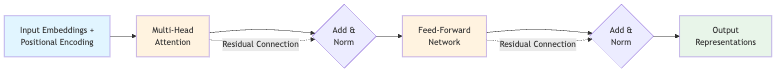
This is book/figures/generated/llm_foundations_overview_fig04.png from tanishk147/LLM-Playlist-to-book, a Mermaid export, as it was before one commit. Its source is kept beside it as book/figures/generated/llm_foundations_overview_fig04.mmd. Its diagram source:
```mermaid
graph LR
    A["Input Embeddings +<br/>Positional Encoding"] --> B["Multi-Head<br/>Attention"]
    B --> C{"Add &<br/>Norm"}
    C --> D["Feed-Forward<br/>Network"]
    D --> E{"Add &<br/>Norm"}
    E --> F["Output<br/>Representations"]
    B -."Residual Connection".-> C
    D -."Residual Connection".-> E
    style A fill:#e1f5ff
    style B fill:#fff3e0
    style D fill:#fff3e0
    style F fill:#e8f5e9
```
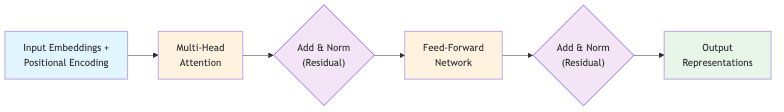
The same diagram one commit later.

What changed in the source:
```diff
@@ -1,12 +1,13 @@
 graph LR
     A["Input Embeddings +<br/>Positional Encoding"] --> B["Multi-Head<br/>Attention"]
-    B --> C{"Add &<br/>Norm"}
+    B --> C{"Add & Norm<br/>(Residual)"}
     C --> D["Feed-Forward<br/>Network"]
-    D --> E{"Add &<br/>Norm"}
+    D --> E{"Add & Norm<br/>(Residual)"}
     E --> F["Output<br/>Representations"]
-    B -."Residual Connection".-> C
-    D -."Residual Connection".-> E
+
     style A fill:#e1f5ff
     style B fill:#fff3e0
+    style C fill:#f3e5f5
     style D fill:#fff3e0
+    style E fill:#f3e5f5
     style F fill:#e8f5e9
```
